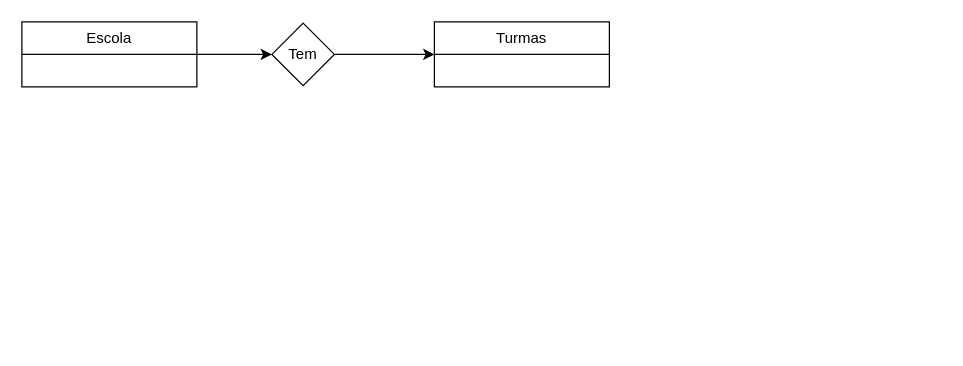
This is Diagrama sem nome.drawio from 3GG11/Banco_de_Dados, a draw.io file, before an edit. Source tidied: cells renumbered, new cells numbered last; positions are measured from the earlier drawing's top-left corner, leaving out a move shared by most shapes. Both pictures are drawn from the tidied source at 125%, with x=0, y=0 at pixel (21, 21).
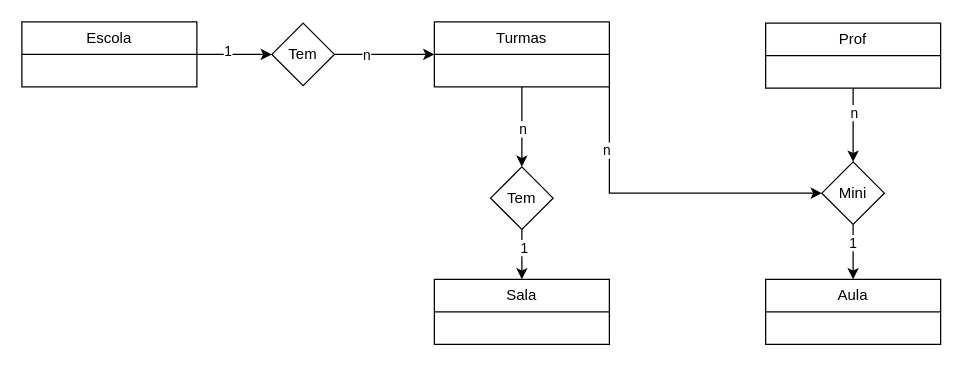
Above is the later version.

Unchanged cells that the change refers to:
```xml
<mxCell id="2" style="edgeStyle=orthogonalEdgeStyle;rounded=0;jettySize=auto;html=1;exitX=1;exitY=0.5;exitDx=0;exitDy=0;entryX=0;entryY=0.5;entryDx=0;entryDy=0;" parent="1" edge="1" source="3" target="5">
  <mxGeometry relative="1" as="geometry" />
</mxCell>
<mxCell id="4" style="edgeStyle=orthogonalEdgeStyle;rounded=0;jettySize=auto;html=1;exitX=1;exitY=0.5;exitDx=0;exitDy=0;entryX=0;entryY=0.5;entryDx=0;entryDy=0;" parent="1" edge="1" source="5" target="6">
  <mxGeometry relative="1" as="geometry" />
</mxCell>
<mxCell id="6" value="Turmas" style="swimlane;fontStyle=0;horizontal=1;startSize=26;fillColor=none;whiteSpace=wrap;html=1;" parent="1" vertex="1">
  <mxGeometry x="330" width="140" height="52" as="geometry" />
</mxCell>
```

What changed in the source:
```diff
@@
+    <mxCell id="7" value="1" style="edgeLabel;html=1;align=center;verticalAlign=middle;" parent="2" vertex="1">
+      <mxGeometry x="-0.2" y="3" relative="1" as="geometry" />
+    </mxCell>
@@
+    <mxCell id="8" value="n" style="edgeLabel;html=1;align=center;verticalAlign=middle;" parent="4" vertex="1">
+      <mxGeometry x="-0.38" relative="1" as="geometry" />
+    </mxCell>
@@
+    <mxCell id="9" style="edgeStyle=orthogonalEdgeStyle;rounded=0;jettySize=auto;html=1;exitX=0.5;exitY=1;exitDx=0;exitDy=0;entryX=0.5;entryY=0;entryDx=0;entryDy=0;" parent="1" edge="1" source="6" target="15">
+      <mxGeometry relative="1" as="geometry" />
+    </mxCell>
+    <mxCell id="10" value="n" style="edgeLabel;html=1;align=center;verticalAlign=middle;" parent="9" vertex="1">
+      <mxGeometry x="0.03" relative="1" as="geometry" />
+    </mxCell>
+    <mxCell id="11" style="edgeStyle=orthogonalEdgeStyle;rounded=0;jettySize=auto;html=1;exitX=1;exitY=1;exitDx=0;exitDy=0;entryX=0;entryY=0.5;entryDx=0;entryDy=0;" parent="1" edge="1" source="6" target="19">
+      <mxGeometry relative="1" as="geometry" />
+    </mxCell>
+    <mxCell id="12" value="n" style="edgeLabel;html=1;align=center;verticalAlign=middle;" parent="11" vertex="1">
+      <mxGeometry x="-0.61" y="-3" relative="1" as="geometry" />
+    </mxCell>
@@
+    <mxCell id="13" style="edgeStyle=orthogonalEdgeStyle;rounded=0;jettySize=auto;html=1;exitX=0.5;exitY=1;exitDx=0;exitDy=0;" parent="1" edge="1" source="15" target="16">
+      <mxGeometry relative="1" as="geometry" />
+    </mxCell>
+    <mxCell id="14" value="1" style="edgeLabel;html=1;align=center;verticalAlign=middle;" parent="13" vertex="1">
+      <mxGeometry x="-0.3" y="1" relative="1" as="geometry" />
+    </mxCell>
+    <mxCell id="15" value="Tem" style="rhombus;whiteSpace=wrap;html=1;" parent="1" vertex="1">
+      <mxGeometry x="375" y="116" width="50" height="50" as="geometry" />
+    </mxCell>
+    <mxCell id="16" value="Sala" style="swimlane;fontStyle=0;horizontal=1;startSize=26;fillColor=none;whiteSpace=wrap;html=1;" parent="1" vertex="1">
+      <mxGeometry x="330" y="206" width="140" height="52" as="geometry" />
+    </mxCell>
+    <mxCell id="17" style="edgeStyle=orthogonalEdgeStyle;rounded=0;jettySize=auto;html=1;exitX=0.5;exitY=1;exitDx=0;exitDy=0;" parent="1" edge="1" source="19" target="23">
+      <mxGeometry relative="1" as="geometry" />
+    </mxCell>
+    <mxCell id="18" value="1" style="edgeLabel;html=1;align=center;verticalAlign=middle;" parent="17" vertex="1">
+      <mxGeometry x="-0.36" y="-1" relative="1" as="geometry" />
+    </mxCell>
+    <mxCell id="19" value="Mini" style="rhombus;whiteSpace=wrap;html=1;" parent="1" vertex="1">
+      <mxGeometry x="640" y="112" width="50" height="50" as="geometry" />
+    </mxCell>
+    <mxCell id="20" style="edgeStyle=orthogonalEdgeStyle;rounded=0;jettySize=auto;html=1;exitX=0.5;exitY=1;exitDx=0;exitDy=0;entryX=0.5;entryY=0;entryDx=0;entryDy=0;" parent="1" edge="1" source="22" target="19">
+      <mxGeometry relative="1" as="geometry" />
+    </mxCell>
+    <mxCell id="21" value="n" style="edgeLabel;html=1;align=center;verticalAlign=middle;" parent="20" vertex="1">
+      <mxGeometry x="-0.36" relative="1" as="geometry" />
+    </mxCell>
+    <mxCell id="22" value="Prof" style="swimlane;fontStyle=0;horizontal=1;startSize=26;fillColor=none;whiteSpace=wrap;html=1;" parent="1" vertex="1">
+      <mxGeometry x="595" y="1" width="140" height="52" as="geometry" />
+    </mxCell>
+    <mxCell id="23" value="Aula" style="swimlane;fontStyle=0;horizontal=1;startSize=26;fillColor=none;whiteSpace=wrap;html=1;" parent="1" vertex="1">
+      <mxGeometry x="595" y="206" width="140" height="52" as="geometry" />
+    </mxCell>
```
